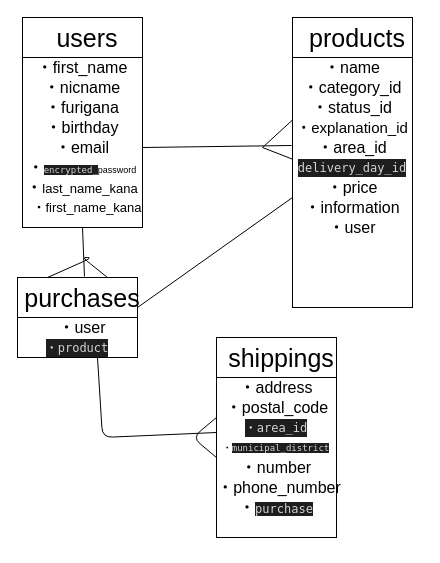
sojiro1208/furima-35250 keeps this draw.io diagram as zu.dio. Above is the earlier version. Source tidied: cells renumbered, new cells numbered last; positions are measured from the earlier drawing's top-left corner, leaving out a move shared by most shapes. Both pictures are drawn from the tidied source at 100%, with x=0, y=0 at pixel (17, 17).
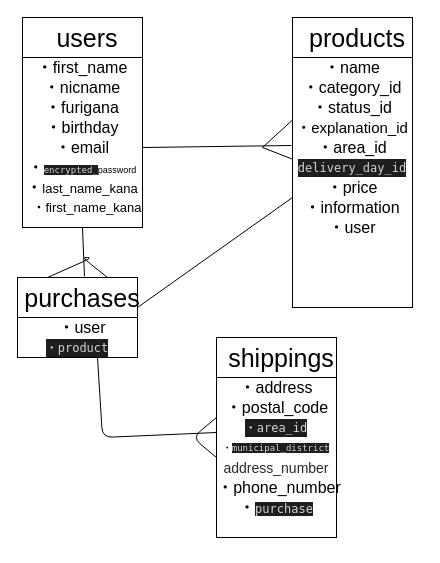
After the change.

Diff of the diagram source:
```diff
@@
-    <mxCell id="36" value="&lt;font style=&quot;font-size: 16px&quot;&gt;・number&lt;br&gt;&lt;/font&gt;" style="text;html=1;strokeColor=none;fillColor=none;align=center;verticalAlign=middle;whiteSpace=wrap;rounded=0;fontFamily=Helvetica;" parent="1" vertex="1">
+    <mxCell id="36" value="&lt;font style=&quot;font-size: 16px&quot;&gt;&lt;span style=&quot;color: rgb(36 , 41 , 46) ; font-family: , , &amp;#34;segoe ui&amp;#34; , &amp;#34;helvetica&amp;#34; , &amp;#34;arial&amp;#34; , sans-serif , &amp;#34;apple color emoji&amp;#34; , &amp;#34;segoe ui emoji&amp;#34; ; font-size: 14px ; background-color: rgb(255 , 255 , 255)&quot;&gt;address_number&lt;/span&gt;&lt;br&gt;&lt;/font&gt;" style="text;html=1;strokeColor=none;fillColor=none;align=center;verticalAlign=middle;whiteSpace=wrap;rounded=0;fontFamily=Helvetica;" parent="1" vertex="1">
       <mxGeometry x="199" y="440" width="120" height="20" as="geometry" />
     </mxCell>
```
